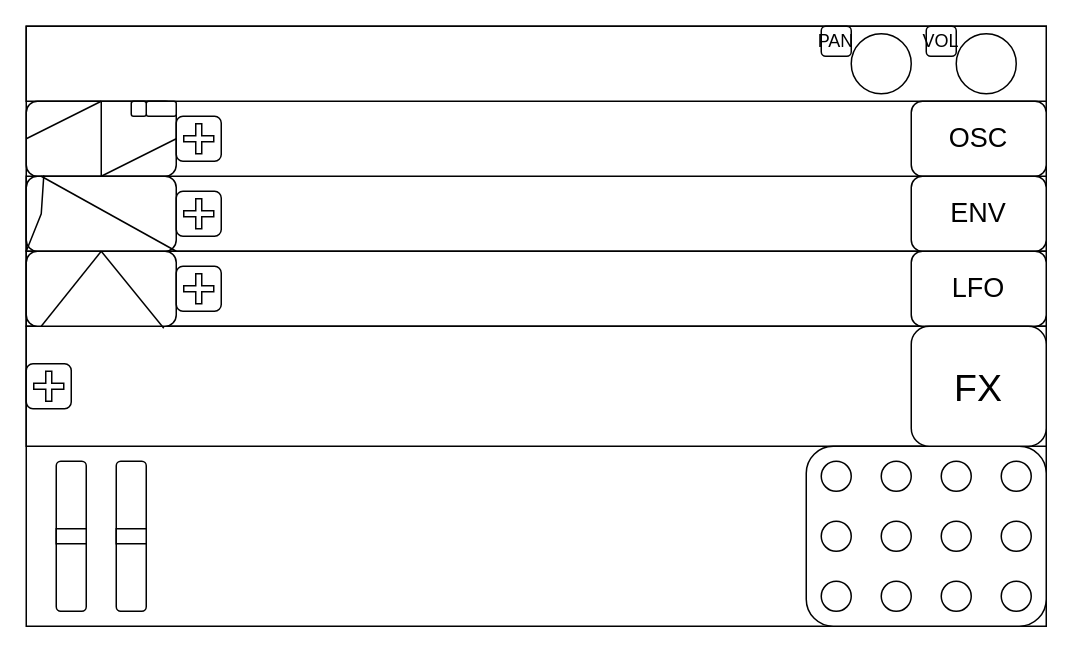
Octatonez/Testitaaadfame keeps this draw.io diagram as Untitled Diagram.drawio. Above is the earlier version. Source tidied: cells renumbered, new cells numbered last; positions are measured from the earlier drawing's top-left corner, leaving out a move shared by most shapes. Both pictures are drawn from the tidied source at 150%, with x=0, y=0 at pixel (26, 26).
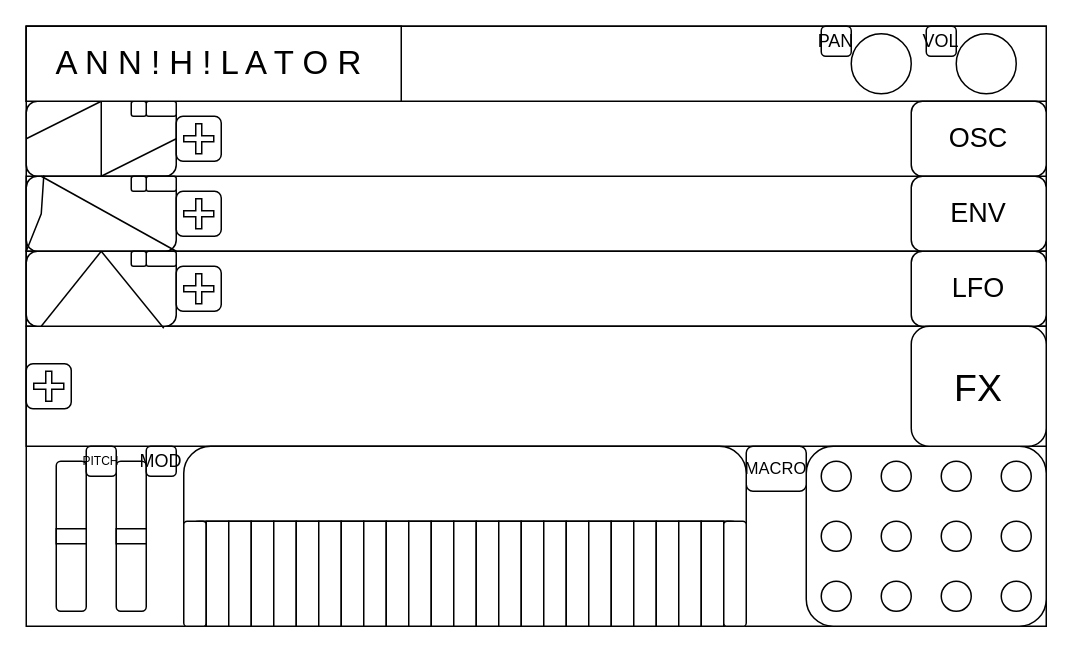
The same page after the edit.

What changed in the source:
```diff
@@
+    <mxCell id="52" value="MOD" style="rounded=1;whiteSpace=wrap;html=1;fontFamily=AGENCY FB;fontSize=12;" parent="1" vertex="1">
+      <mxGeometry x="80" y="280" width="20" height="20" as="geometry" />
+    </mxCell>
+    <mxCell id="53" value="&lt;font style=&quot;font-size: 8px;&quot;&gt;PITCH&lt;/font&gt;" style="rounded=1;whiteSpace=wrap;html=1;fontFamily=AGENCY FB;fontSize=6;" parent="1" vertex="1">
+      <mxGeometry x="40" y="280" width="20" height="20" as="geometry" />
+    </mxCell>
+    <mxCell id="54" value="&lt;font style=&quot;font-size: 11px;&quot;&gt;MACRO&lt;/font&gt;" style="rounded=1;whiteSpace=wrap;html=1;fontFamily=AGENCY FB;fontSize=8;" parent="1" vertex="1">
+      <mxGeometry x="480" y="280" width="40" height="30" as="geometry" />
+    </mxCell>
+    <mxCell id="55" style="rounded=1;whiteSpace=wrap;html=1;fontFamily=AGENCY FB;fontSize=11;" parent="1" vertex="1">
+      <mxGeometry x="105" y="280" width="375" height="120" as="geometry" />
+    </mxCell>
+    <mxCell id="56" style="rounded=1;whiteSpace=wrap;html=1;fontFamily=AGENCY FB;fontSize=11;" parent="1" vertex="1">
+      <mxGeometry x="105" y="330" width="375" height="70" as="geometry" />
+    </mxCell>
+    <mxCell id="57" style="rounded=1;whiteSpace=wrap;html=1;fontFamily=AGENCY FB;fontSize=11;" parent="1" vertex="1">
+      <mxGeometry x="105" y="330" width="15" height="70" as="geometry" />
+    </mxCell>
+    <mxCell id="58" style="rounded=0;whiteSpace=wrap;html=1;fontFamily=AGENCY FB;fontSize=11;" parent="1" vertex="1">
+      <mxGeometry x="120" y="330" width="15" height="70" as="geometry" />
+    </mxCell>
+    <mxCell id="59" style="rounded=0;whiteSpace=wrap;html=1;fontFamily=AGENCY FB;fontSize=11;" parent="1" vertex="1">
+      <mxGeometry x="135" y="330" width="15" height="70" as="geometry" />
+    </mxCell>
+    <mxCell id="60" style="rounded=0;whiteSpace=wrap;html=1;fontFamily=AGENCY FB;fontSize=11;" parent="1" vertex="1">
+      <mxGeometry x="150" y="330" width="15" height="70" as="geometry" />
+    </mxCell>
+    <mxCell id="61" style="rounded=0;whiteSpace=wrap;html=1;fontFamily=AGENCY FB;fontSize=11;" parent="1" vertex="1">
+      <mxGeometry x="165" y="330" width="15" height="70" as="geometry" />
+    </mxCell>
+    <mxCell id="62" style="rounded=0;whiteSpace=wrap;html=1;fontFamily=AGENCY FB;fontSize=11;" parent="1" vertex="1">
+      <mxGeometry x="180" y="330" width="15" height="70" as="geometry" />
+    </mxCell>
+    <mxCell id="63" style="rounded=0;whiteSpace=wrap;html=1;fontFamily=AGENCY FB;fontSize=11;" parent="1" vertex="1">
+      <mxGeometry x="195" y="330" width="15" height="70" as="geometry" />
+    </mxCell>
+    <mxCell id="64" style="rounded=0;whiteSpace=wrap;html=1;fontFamily=AGENCY FB;fontSize=11;" parent="1" vertex="1">
+      <mxGeometry x="210" y="330" width="15" height="70" as="geometry" />
+    </mxCell>
+    <mxCell id="65" style="rounded=0;whiteSpace=wrap;html=1;fontFamily=AGENCY FB;fontSize=11;" parent="1" vertex="1">
+      <mxGeometry x="225" y="330" width="15" height="70" as="geometry" />
+    </mxCell>
+    <mxCell id="66" style="rounded=0;whiteSpace=wrap;html=1;fontFamily=AGENCY FB;fontSize=11;" parent="1" vertex="1">
+      <mxGeometry x="240" y="330" width="15" height="70" as="geometry" />
+    </mxCell>
+    <mxCell id="67" style="rounded=0;whiteSpace=wrap;html=1;fontFamily=AGENCY FB;fontSize=11;" parent="1" vertex="1">
+      <mxGeometry x="255" y="330" width="15" height="70" as="geometry" />
+    </mxCell>
+    <mxCell id="68" style="rounded=0;whiteSpace=wrap;html=1;fontFamily=AGENCY FB;fontSize=11;" parent="1" vertex="1">
+      <mxGeometry x="270" y="330" width="15" height="70" as="geometry" />
+    </mxCell>
+    <mxCell id="69" style="rounded=0;whiteSpace=wrap;html=1;fontFamily=AGENCY FB;fontSize=11;" parent="1" vertex="1">
+      <mxGeometry x="285" y="330" width="15" height="70" as="geometry" />
+    </mxCell>
+    <mxCell id="70" style="rounded=0;whiteSpace=wrap;html=1;fontFamily=AGENCY FB;fontSize=11;" parent="1" vertex="1">
+      <mxGeometry x="300" y="330" width="15" height="70" as="geometry" />
+    </mxCell>
+    <mxCell id="71" style="rounded=0;whiteSpace=wrap;html=1;fontFamily=AGENCY FB;fontSize=11;" parent="1" vertex="1">
+      <mxGeometry x="315" y="330" width="15" height="70" as="geometry" />
+    </mxCell>
+    <mxCell id="72" style="rounded=0;whiteSpace=wrap;html=1;fontFamily=AGENCY FB;fontSize=11;" parent="1" vertex="1">
+      <mxGeometry x="330" y="330" width="15" height="70" as="geometry" />
+    </mxCell>
+    <mxCell id="73" style="rounded=0;whiteSpace=wrap;html=1;fontFamily=AGENCY FB;fontSize=11;" parent="1" vertex="1">
+      <mxGeometry x="345" y="330" width="15" height="70" as="geometry" />
+    </mxCell>
+    <mxCell id="74" style="rounded=0;whiteSpace=wrap;html=1;fontFamily=AGENCY FB;fontSize=11;" parent="1" vertex="1">
+      <mxGeometry x="360" y="330" width="15" height="70" as="geometry" />
+    </mxCell>
+    <mxCell id="75" style="rounded=0;whiteSpace=wrap;html=1;fontFamily=AGENCY FB;fontSize=11;" parent="1" vertex="1">
+      <mxGeometry x="375" y="330" width="15" height="70" as="geometry" />
+    </mxCell>
+    <mxCell id="76" style="rounded=0;whiteSpace=wrap;html=1;fontFamily=AGENCY FB;fontSize=11;" parent="1" vertex="1">
+      <mxGeometry x="390" y="330" width="15" height="70" as="geometry" />
+    </mxCell>
+    <mxCell id="77" style="rounded=0;whiteSpace=wrap;html=1;fontFamily=AGENCY FB;fontSize=11;" parent="1" vertex="1">
+      <mxGeometry x="405" y="330" width="15" height="70" as="geometry" />
+    </mxCell>
+    <mxCell id="78" style="rounded=0;whiteSpace=wrap;html=1;fontFamily=AGENCY FB;fontSize=11;" parent="1" vertex="1">
+      <mxGeometry x="420" y="330" width="15" height="70" as="geometry" />
+    </mxCell>
+    <mxCell id="79" style="rounded=0;whiteSpace=wrap;html=1;fontFamily=AGENCY FB;fontSize=11;" parent="1" vertex="1">
+      <mxGeometry x="435" y="330" width="15" height="70" as="geometry" />
+    </mxCell>
+    <mxCell id="80" style="rounded=0;whiteSpace=wrap;html=1;fontFamily=AGENCY FB;fontSize=11;" parent="1" vertex="1">
+      <mxGeometry x="450" y="330" width="15" height="70" as="geometry" />
+    </mxCell>
+    <mxCell id="81" style="rounded=1;whiteSpace=wrap;html=1;fontFamily=AGENCY FB;fontSize=11;" parent="1" vertex="1">
+      <mxGeometry x="465" y="330" width="15" height="70" as="geometry" />
+    </mxCell>
+    <mxCell id="82" value="A N N ! H ! L A T O R&amp;nbsp;" style="rounded=0;whiteSpace=wrap;html=1;fontFamily=AGENCY FB;fontSize=22;" parent="1" vertex="1">
+      <mxGeometry width="250" height="50" as="geometry" />
+    </mxCell>
+    <mxCell id="83" style="rounded=1;whiteSpace=wrap;html=1;fontFamily=AGENCY FB;fontSize=22;" parent="1" vertex="1">
+      <mxGeometry x="80" y="100" width="20" height="10" as="geometry" />
+    </mxCell>
+    <mxCell id="84" style="rounded=1;whiteSpace=wrap;html=1;fontFamily=AGENCY FB;fontSize=22;" parent="1" vertex="1">
+      <mxGeometry x="70" y="100" width="10" height="10" as="geometry" />
+    </mxCell>
+    <mxCell id="85" style="rounded=1;whiteSpace=wrap;html=1;fontFamily=AGENCY FB;fontSize=22;" parent="1" vertex="1">
+      <mxGeometry x="80" y="150" width="20" height="10" as="geometry" />
+    </mxCell>
+    <mxCell id="86" style="rounded=1;whiteSpace=wrap;html=1;fontFamily=AGENCY FB;fontSize=22;" parent="1" vertex="1">
+      <mxGeometry x="70" y="150" width="10" height="10" as="geometry" />
+    </mxCell>
```
